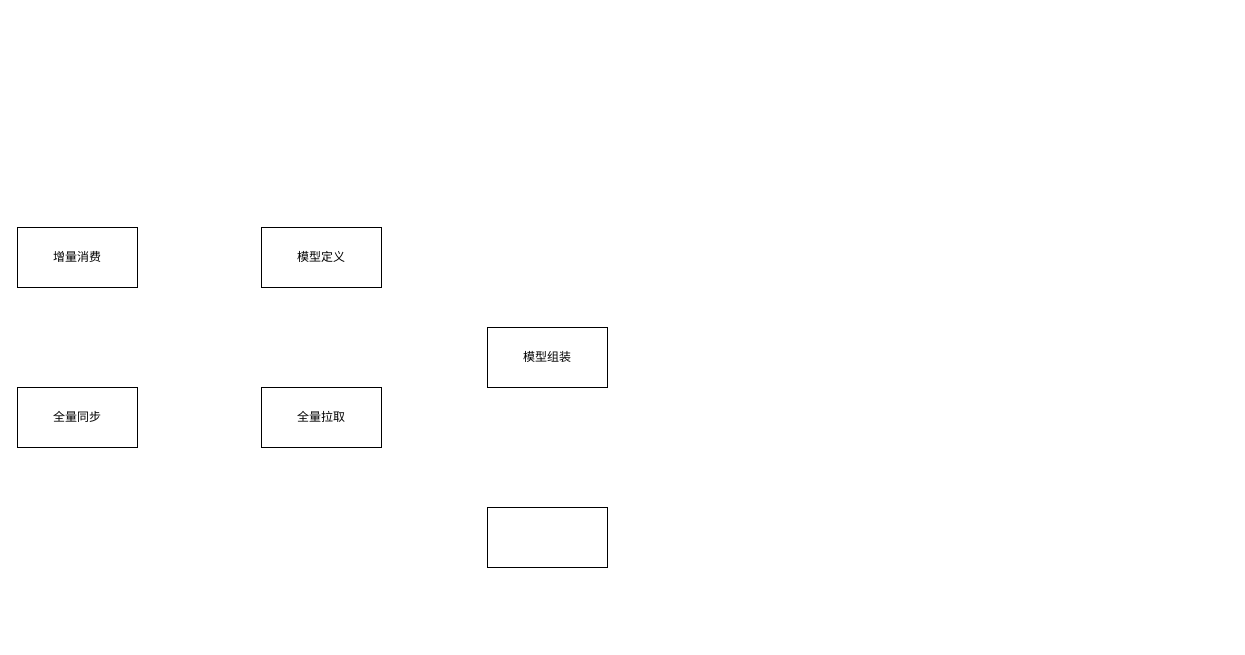
Earlier version of the draw.io diagram 影响面内部框架.drawio (frankneu/draw.io). Source tidied: cells renumbered, new cells numbered last; positions are measured from the earlier drawing's top-left corner, leaving out a move shared by most shapes. Both pictures are drawn from the tidied source at 100%, with x=0, y=0 at pixel (17, 227).
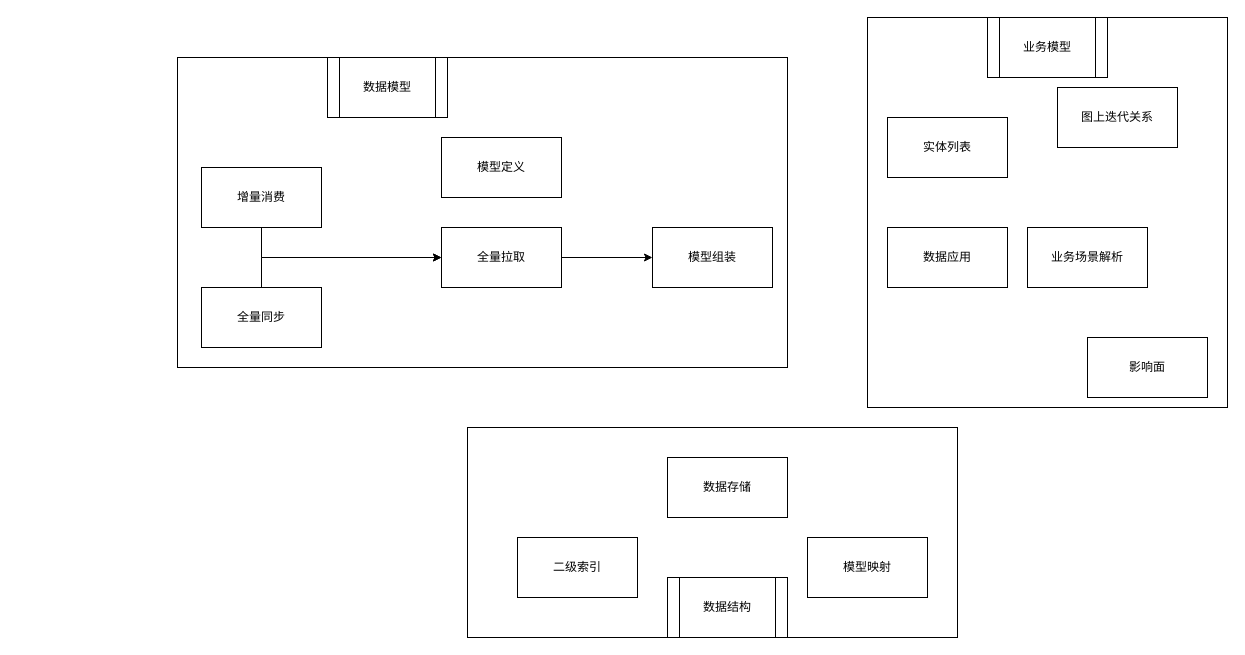
The same diagram, later.

Commit message:
Update 影响面内部框架.drawio

What changed in the source:
```diff
@@
+    <mxCell id="8" style="rounded=0;whiteSpace=wrap;html=1;" parent="1" vertex="1">
+      <mxGeometry x="850" y="-210" width="360" height="390" as="geometry" />
+    </mxCell>
+    <mxCell id="9" style="rounded=0;whiteSpace=wrap;html=1;" parent="1" vertex="1">
+      <mxGeometry x="450" y="200" width="490" height="210" as="geometry" />
+    </mxCell>
+    <mxCell id="10" style="rounded=0;whiteSpace=wrap;html=1;" parent="1" vertex="1">
+      <mxGeometry x="160" y="-170" width="610" height="310" as="geometry" />
+    </mxCell>
+    <mxCell id="11" style="edgeStyle=orthogonalEdgeStyle;rounded=0;jettySize=auto;html=1;exitX=0.5;exitY=1;exitDx=0;exitDy=0;entryX=0;entryY=0.5;entryDx=0;entryDy=0;" parent="1" edge="1" source="2" target="5">
+      <mxGeometry relative="1" as="geometry" />
+    </mxCell>
     <mxCell id="2" value="增量消费" style="rounded=0;whiteSpace=wrap;html=1;" parent="1" vertex="1">
-      <mxGeometry width="120" height="60" as="geometry" />
+      <mxGeometry x="184" y="-60" width="120" height="60" as="geometry" />
     </mxCell>
+    <mxCell id="12" style="edgeStyle=orthogonalEdgeStyle;rounded=0;jettySize=auto;html=1;exitX=0.5;exitY=0;exitDx=0;exitDy=0;" parent="1" edge="1" source="3" target="5">
+      <mxGeometry relative="1" as="geometry" />
+    </mxCell>
     <mxCell id="3" value="全量同步" style="rounded=0;whiteSpace=wrap;html=1;" parent="1" vertex="1">
-      <mxGeometry y="160" width="120" height="60" as="geometry" />
+      <mxGeometry x="184" y="60" width="120" height="60" as="geometry" />
     </mxCell>
     <mxCell id="4" value="模型定义" style="rounded=0;whiteSpace=wrap;html=1;" parent="1" vertex="1">
-      <mxGeometry x="244" width="120" height="60" as="geometry" />
+      <mxGeometry x="424" y="-90" width="120" height="60" as="geometry" />
     </mxCell>
+    <mxCell id="13" style="edgeStyle=orthogonalEdgeStyle;rounded=0;jettySize=auto;html=1;exitX=1;exitY=0.5;exitDx=0;exitDy=0;entryX=0;entryY=0.5;entryDx=0;entryDy=0;" parent="1" edge="1" source="5" target="6">
+      <mxGeometry relative="1" as="geometry" />
+    </mxCell>
     <mxCell id="5" value="全量拉取" style="rounded=0;whiteSpace=wrap;html=1;" parent="1" vertex="1">
-      <mxGeometry x="244" y="160" width="120" height="60" as="geometry" />
+      <mxGeometry x="424" width="120" height="60" as="geometry" />
     </mxCell>
     <mxCell id="6" value="模型组装" style="rounded=0;whiteSpace=wrap;html=1;" parent="1" vertex="1">
-      <mxGeometry x="470" y="100" width="120" height="60" as="geometry" />
+      <mxGeometry x="635" width="120" height="60" as="geometry" />
     </mxCell>
-    <mxCell id="7" style="rounded=0;whiteSpace=wrap;html=1;" parent="1" vertex="1">
-      <mxGeometry x="470" y="280" width="120" height="60" as="geometry" />
+    <mxCell id="7" value="数据存储" style="rounded=0;whiteSpace=wrap;html=1;" parent="1" vertex="1">
+      <mxGeometry x="650" y="230" width="120" height="60" as="geometry" />
     </mxCell>
+    <mxCell id="14" value="数据应用" style="rounded=0;whiteSpace=wrap;html=1;" parent="1" vertex="1">
+      <mxGeometry x="870" width="120" height="60" as="geometry" />
+    </mxCell>
+    <mxCell id="15" value="业务场景解析" style="rounded=0;whiteSpace=wrap;html=1;" parent="1" vertex="1">
+      <mxGeometry x="1010" width="120" height="60" as="geometry" />
+    </mxCell>
+    <mxCell id="16" value="影响面" style="rounded=0;whiteSpace=wrap;html=1;" parent="1" vertex="1">
+      <mxGeometry x="1070" y="110" width="120" height="60" as="geometry" />
+    </mxCell>
+    <mxCell id="17" value="二级索引" style="rounded=0;whiteSpace=wrap;html=1;" parent="1" vertex="1">
+      <mxGeometry x="500" y="310" width="120" height="60" as="geometry" />
+    </mxCell>
+    <mxCell id="18" value="模型映射" style="rounded=0;whiteSpace=wrap;html=1;" parent="1" vertex="1">
+      <mxGeometry x="790" y="310" width="120" height="60" as="geometry" />
+    </mxCell>
+    <mxCell id="19" value="实体列表" style="rounded=0;whiteSpace=wrap;html=1;" parent="1" vertex="1">
+      <mxGeometry x="870" y="-110" width="120" height="60" as="geometry" />
+    </mxCell>
+    <mxCell id="20" value="图上迭代关系" style="rounded=0;whiteSpace=wrap;html=1;" parent="1" vertex="1">
+      <mxGeometry x="1040" y="-140" width="120" height="60" as="geometry" />
+    </mxCell>
+    <mxCell id="21" value="数据模型" style="shape=process;whiteSpace=wrap;html=1;backgroundOutline=1;" parent="1" vertex="1">
+      <mxGeometry x="310" y="-170" width="120" height="60" as="geometry" />
+    </mxCell>
+    <mxCell id="22" value="业务模型" style="shape=process;whiteSpace=wrap;html=1;backgroundOutline=1;" parent="1" vertex="1">
+      <mxGeometry x="970" y="-210" width="120" height="60" as="geometry" />
+    </mxCell>
+    <mxCell id="23" value="数据结构" style="shape=process;whiteSpace=wrap;html=1;backgroundOutline=1;" parent="1" vertex="1">
+      <mxGeometry x="650" y="350" width="120" height="60" as="geometry" />
+    </mxCell>
```
